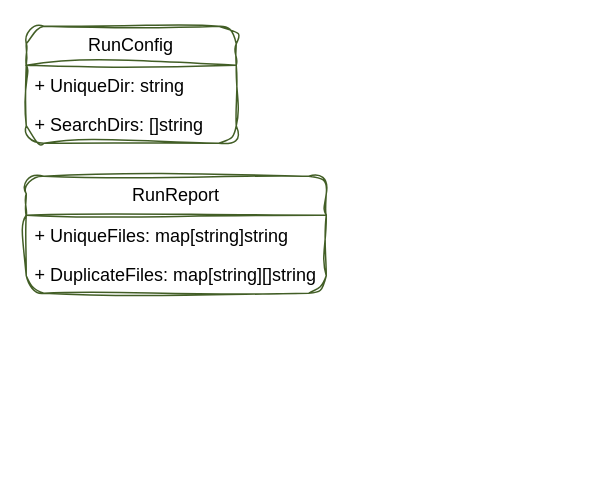
Before: page "Architecture" (2 of 4) of docs/file-consolidation.drawio in james-cathcart/file-consolidator, a draw.io diagram. Source tidied: cells renumbered, new cells numbered last; positions are measured from the earlier drawing's top-left corner, leaving out a move shared by most shapes. Both pictures are drawn from the tidied source at 150%, with x=0, y=0 at pixel (26, 26).
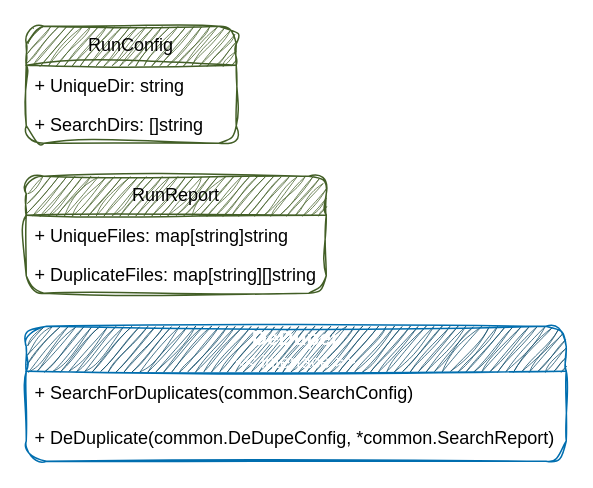
The same page after the edit.

Diff of the diagram source:
```diff
@@
 <mxGraphModel>
   <root>
     <mxCell id="0" />
     <mxCell id="1" parent="0" />
-    <mxCell id="2" value="RunConfig" style="swimlane;fontStyle=0;horizontal=1;startSize=26;fillColor=none;whiteSpace=wrap;html=1;rounded=1;swimlaneLine=1;sketch=1;curveFitting=1;jiggle=2;strokeColor=#425E26;" parent="1" vertex="1">
+    <mxCell id="2" value="RunConfig" style="swimlane;fontStyle=0;horizontal=1;startSize=26;fillColor=#425E26;whiteSpace=wrap;html=1;rounded=1;swimlaneLine=1;sketch=1;curveFitting=1;jiggle=2;strokeColor=#425E26;" parent="1" vertex="1">
       <mxGeometry width="140" height="78" as="geometry" />
     </mxCell>
     <mxCell id="3" value="+ UniqueDir: string" style="text;strokeColor=none;fillColor=none;align=left;verticalAlign=top;spacingLeft=4;spacingRight=4;overflow=hidden;whiteSpace=wrap;html=1;" parent="2" vertex="1">
       <mxGeometry y="26" width="140" height="26" as="geometry" />
     </mxCell>
     <mxCell id="4" value="+ SearchDirs: []string" style="text;strokeColor=none;fillColor=none;align=left;verticalAlign=top;spacingLeft=4;spacingRight=4;overflow=hidden;whiteSpace=wrap;html=1;" parent="2" vertex="1">
       <mxGeometry y="52" width="140" height="26" as="geometry" />
     </mxCell>
-    <mxCell id="5" value="RunReport" style="swimlane;fontStyle=0;horizontal=1;startSize=26;fillColor=none;whiteSpace=wrap;html=1;rounded=1;swimlaneLine=1;sketch=1;curveFitting=1;jiggle=2;strokeColor=#425E26;" parent="1" vertex="1">
+    <mxCell id="5" value="RunReport" style="swimlane;fontStyle=0;horizontal=1;startSize=26;fillColor=#425E26;whiteSpace=wrap;html=1;rounded=1;swimlaneLine=1;sketch=1;curveFitting=1;jiggle=2;strokeColor=#425E26;" parent="1" vertex="1">
       <mxGeometry y="100" width="200" height="78" as="geometry" />
     </mxCell>
     <mxCell id="6" value="+ UniqueFiles: map[string]string" style="text;strokeColor=none;fillColor=none;align=left;verticalAlign=top;spacingLeft=4;spacingRight=4;overflow=hidden;whiteSpace=wrap;html=1;" parent="5" vertex="1">
       <mxGeometry y="26" width="200" height="26" as="geometry" />
     </mxCell>
     <mxCell id="7" value="+ DuplicateFiles: map[string][]string" style="text;strokeColor=none;fillColor=none;align=left;verticalAlign=top;spacingLeft=4;spacingRight=4;overflow=hidden;whiteSpace=wrap;html=1;" parent="5" vertex="1">
       <mxGeometry y="52" width="200" height="26" as="geometry" />
     </mxCell>
+    <mxCell id="8" value="&lt;font style=&quot;font-size: 14px;&quot;&gt;&lt;b&gt;DeDuper&lt;/b&gt;&lt;/font&gt;&lt;br&gt;&amp;lt;&amp;lt; interface &amp;gt;&amp;gt;" style="swimlane;fontStyle=0;horizontal=1;startSize=30;whiteSpace=wrap;html=1;rounded=1;sketch=1;curveFitting=1;jiggle=2;strokeColor=#006EAF;fillColor=#0C4966;fontColor=#ffffff;" parent="1" vertex="1">
+      <mxGeometry y="200" width="360" height="90" as="geometry" />
+    </mxCell>
+    <mxCell id="9" value="+ SearchForDuplicates(common.SearchConfig)" style="text;strokeColor=none;fillColor=none;align=left;verticalAlign=middle;spacingLeft=4;spacingRight=4;overflow=hidden;whiteSpace=wrap;html=1;" parent="8" vertex="1">
+      <mxGeometry y="30" width="360" height="30" as="geometry" />
+    </mxCell>
+    <mxCell id="10" value="+ DeDuplicate(common.DeDupeConfig, *common.SearchReport)" style="text;strokeColor=none;fillColor=none;align=left;verticalAlign=middle;spacingLeft=4;spacingRight=4;overflow=hidden;whiteSpace=wrap;html=1;" parent="8" vertex="1">
+      <mxGeometry y="60" width="360" height="30" as="geometry" />
+    </mxCell>
   </root>
 </mxGraphModel>
```
